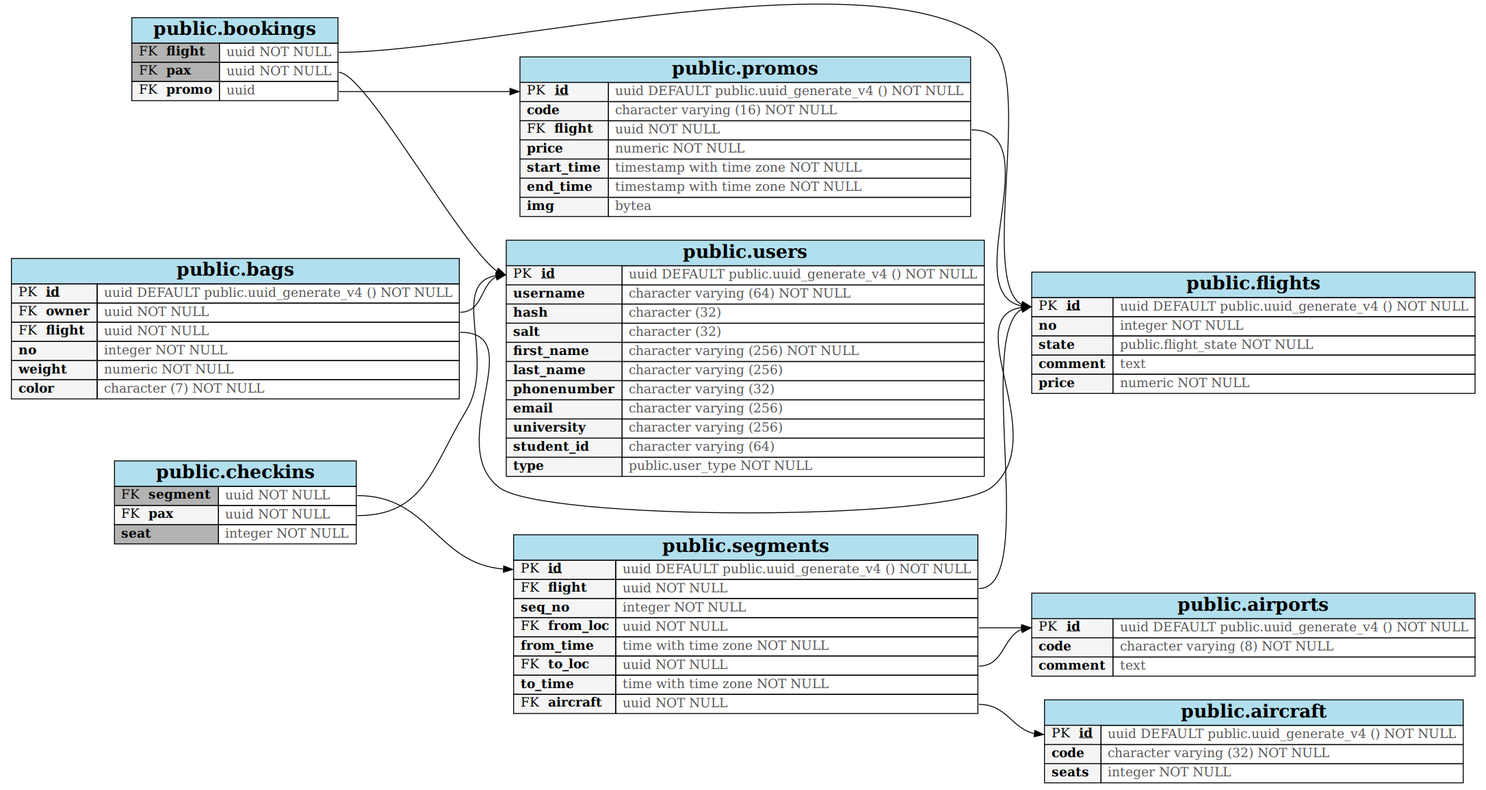
Before: docs/imgs/esquema.png, a diagram exported from Graphviz (itcr3442/CE3101-TECAir). Its source is kept beside it as docs/esquema.gv.
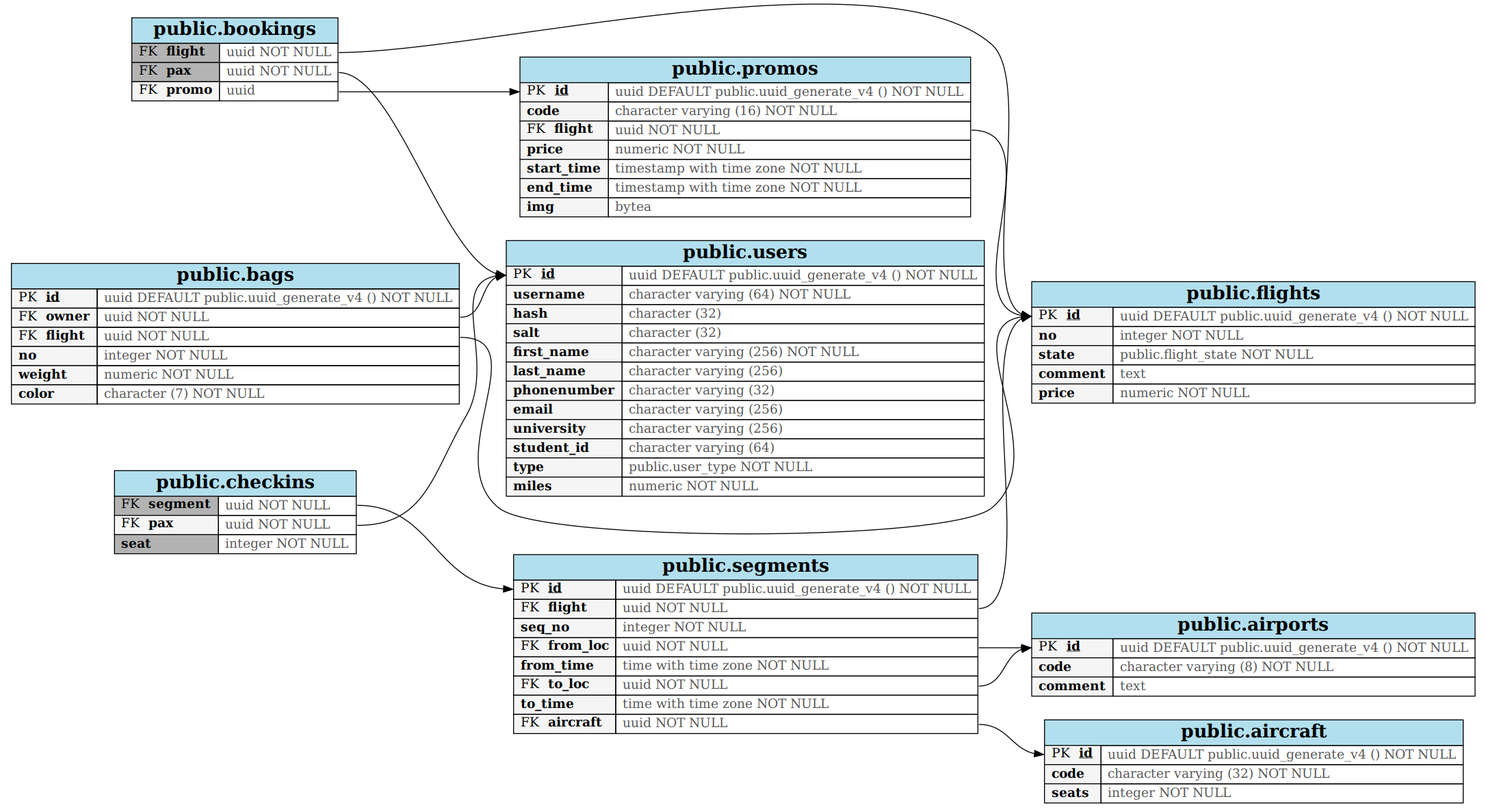
After the change.

Diff of the diagram source:
```diff
@@ -122,6 +122,7 @@
         <tr><td bgcolor="grey96" align="left" port="university"><font face="Times-bold"> university </font></td><td align="left" port="university_right"><font color="#535353"> character varying (256) </font></td></tr>
         <tr><td bgcolor="grey96" align="left" port="student_id"><font face="Times-bold"> student_id </font></td><td align="left" port="student_id_right"><font color="#535353"> character varying (64) </font></td></tr>
         <tr><td bgcolor="grey96" align="left" port="type"><font face="Times-bold"> type </font></td><td align="left" port="type_right"><font color="#535353"> public.user_type NOT NULL </font></td></tr>
+        <tr><td bgcolor="grey96" align="left" port="type"><font face="Times-bold"> miles </font></td><td align="left" port="type_right"><font color="#535353"> numeric NOT NULL </font></td></tr>
       </table>
     >];
   "public.bags":flight_right -> "public.flights":id
```
